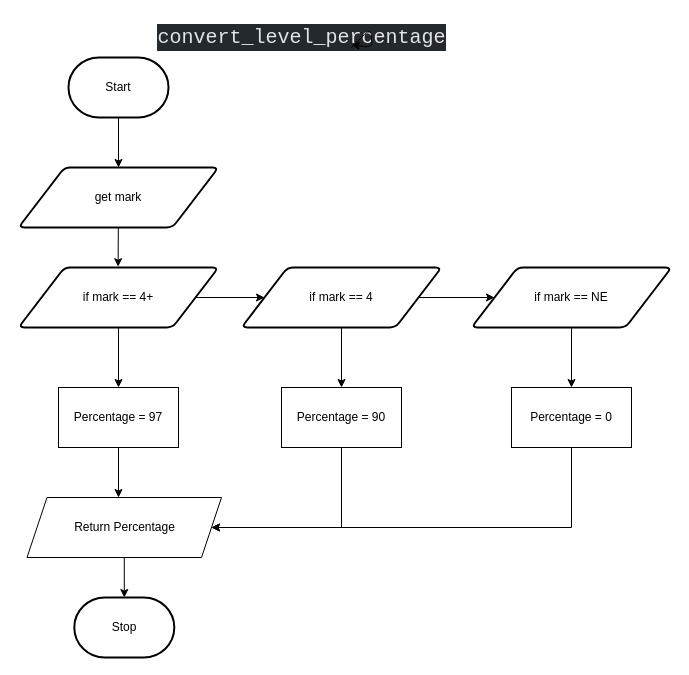
The draw.io diagram flowchat.drawio in Kyanh-Pham/ICS3U-Unit5-03-Python, before the edit. Source tidied: cells renumbered, new cells numbered last; positions are measured from the earlier drawing's top-left corner, leaving out a move shared by most shapes. Both pictures are drawn from the tidied source at 100%, with x=0, y=0 at pixel (18, 17).
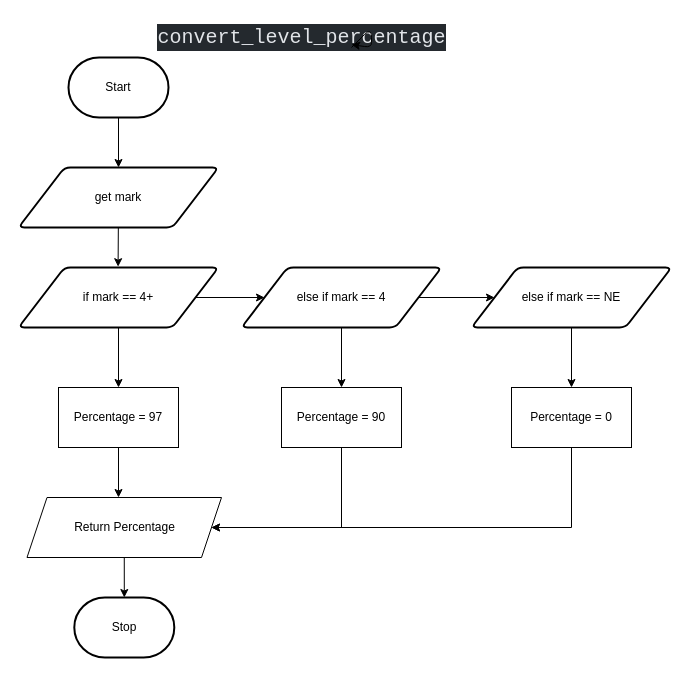
The same diagram, later.

Change to the diagram source:
```diff
@@
-    <mxCell id="19" value="if mark == 4" style="shape=parallelogram;html=1;strokeWidth=2;perimeter=parallelogramPerimeter;whiteSpace=wrap;rounded=1;arcSize=12;size=0.23;" parent="1" vertex="1">
+    <mxCell id="19" value="else if mark == 4" style="shape=parallelogram;html=1;strokeWidth=2;perimeter=parallelogramPerimeter;whiteSpace=wrap;rounded=1;arcSize=12;size=0.23;" parent="1" vertex="1">
       <mxGeometry x="223" y="250" width="200" height="60" as="geometry" />
     </mxCell>
@@
-    <mxCell id="23" value="if mark == NE" style="shape=parallelogram;html=1;strokeWidth=2;perimeter=parallelogramPerimeter;whiteSpace=wrap;rounded=1;arcSize=12;size=0.23;" parent="1" vertex="1">
+    <mxCell id="23" value="else if mark == NE" style="shape=parallelogram;html=1;strokeWidth=2;perimeter=parallelogramPerimeter;whiteSpace=wrap;rounded=1;arcSize=12;size=0.23;" parent="1" vertex="1">
       <mxGeometry x="453" y="250" width="200" height="60" as="geometry" />
     </mxCell>
```
